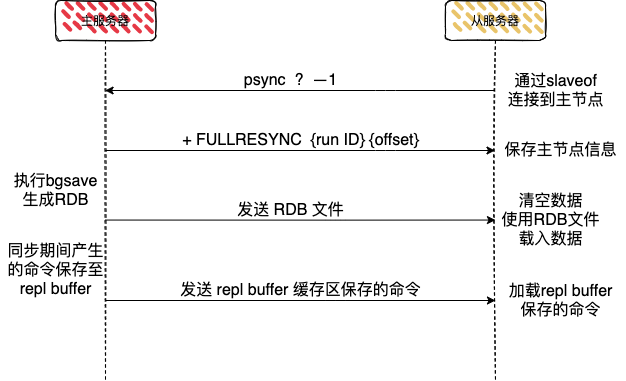
This is img/redis/redis-read-write-copy.png from boilingfrog/Go-POINT, a draw.io export, as it was before one commit. Source tidied: cells renumbered, new cells last; positions are measured from the earlier drawing's top-left corner, leaving out a move shared by most shapes.
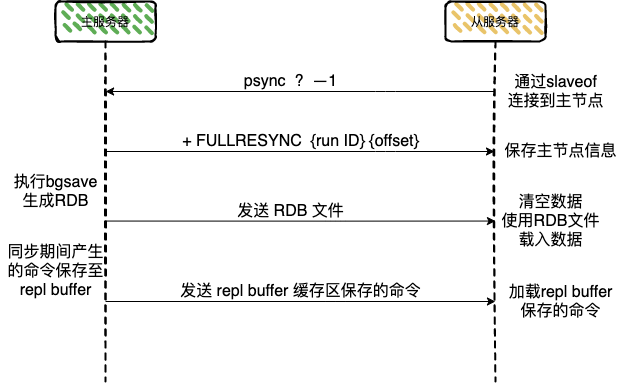
The same file after the commit.

Commit message:
feat:redis 中的集群构建

The edit, as a diff of the source:
```diff
@@ -2,7 +2,7 @@
   <root>
     <mxCell id="0" />
     <mxCell id="1" parent="0" />
-    <mxCell id="2" value="主服务器" style="shape=umlLifeline;perimeter=lifelinePerimeter;whiteSpace=wrap;html=1;outlineConnect=0;fontSize=12;fillColor=#E63946;rounded=1;strokeWidth=1;sketch=1;fillWeight=4;hachureGap=8;hachureAngle=45;fillStyle=dashed;" parent="1" vertex="1">
+    <mxCell id="2" value="主服务器" style="shape=umlLifeline;perimeter=lifelinePerimeter;whiteSpace=wrap;html=1;outlineConnect=0;fontSize=12;fillColor=#5FAD56;rounded=1;strokeWidth=2;sketch=1;fillWeight=4;hachureGap=8;hachureAngle=45;fillStyle=dashed;" parent="1" vertex="1">
       <mxGeometry x="55" width="100" height="380" as="geometry" />
     </mxCell>
     <mxCell id="3" style="edgeStyle=orthogonalEdgeStyle;html=1;fontSize=16;startArrow=none;startFill=0;endArrow=classic;endFill=1;strokeWidth=1;" parent="1" edge="1" source="5" target="2">
@@ -21,7 +21,7 @@
         </Array>
       </mxGeometry>
     </mxCell>
-    <mxCell id="5" value="从服务器" style="shape=umlLifeline;perimeter=lifelinePerimeter;whiteSpace=wrap;html=1;outlineConnect=0;fontSize=12;fillColor=#E9C46A;rounded=1;strokeWidth=1;sketch=1;fillWeight=4;hachureGap=8;hachureAngle=45;fillStyle=dashed;" parent="1" vertex="1">
+    <mxCell id="5" value="从服务器" style="shape=umlLifeline;perimeter=lifelinePerimeter;whiteSpace=wrap;html=1;outlineConnect=0;fontSize=12;fillColor=#E9C46A;rounded=1;strokeWidth=2;sketch=1;fillWeight=4;hachureGap=8;hachureAngle=45;fillStyle=dashed;" parent="1" vertex="1">
       <mxGeometry x="445" width="100" height="380" as="geometry" />
     </mxCell>
     <mxCell id="6" value="psync&amp;nbsp; ?&amp;nbsp; —1" style="text;html=1;align=center;verticalAlign=middle;strokeColor=none;fillColor=none;fontSize=16;" parent="1" vertex="1">
```
